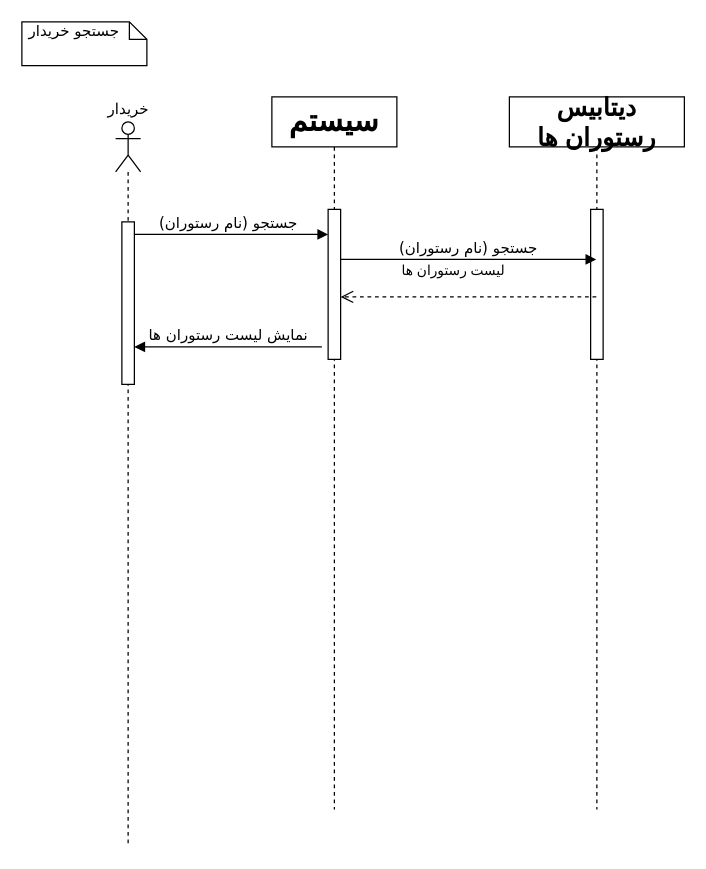
This is search.drawio from khoramian/TahDig_SoftwareEngineering, a draw.io file, before an edit. Source tidied: cells renumbered, new cells numbered last; positions are measured from the earlier drawing's top-left corner, leaving out a move shared by most shapes. Both pictures are drawn from the tidied source at 125%, with x=0, y=0 at pixel (21, 21).
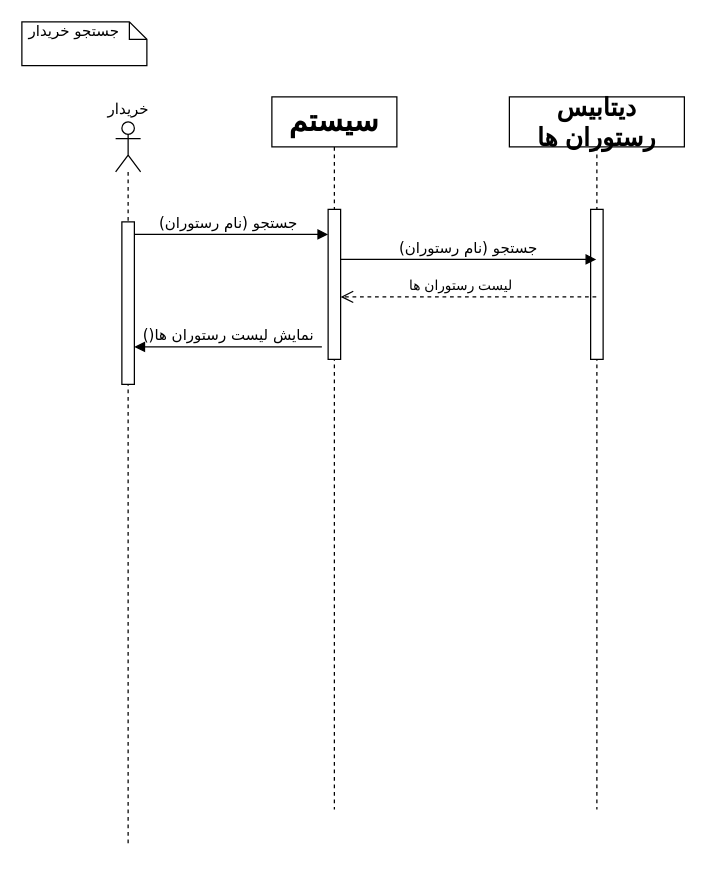
The same diagram, later.

Unchanged cells that the change refers to:
```xml
<mxCell id="9" value="&lt;font style=&quot;font-size: 20px&quot;&gt;&lt;b&gt;&lt;font style=&quot;font-size: 20px&quot;&gt;دیتابیس رستوران ها&lt;/font&gt;&lt;/b&gt;&lt;/font&gt;" style="shape=umlLifeline;perimeter=lifelinePerimeter;whiteSpace=wrap;html=1;outlineConnect=0;" parent="1" vertex="1">
  <mxGeometry x="390" y="60" width="140" height="570" as="geometry" />
</mxCell>
```

The edit, as a diff of the source:
```diff
@@
     <mxCell id="12" value="لیست رستوران ها" style="html=1;verticalAlign=bottom;endArrow=open;dashed=1;endSize=8;" parent="1" edge="1" source="9">
-      <mxGeometry x="0.13" y="-12" relative="1" as="geometry">
+      <mxGeometry x="0.07" relative="1" as="geometry">
         <mxPoint x="255" y="220" as="targetPoint" />
         <Array as="points">
           <mxPoint x="355.5" y="220" />
         </Array>
-        <mxPoint x="1" as="offset" />
       </mxGeometry>
     </mxCell>
-    <mxCell id="13" value="نمایش لیست رستوران ها" style="html=1;verticalAlign=bottom;endArrow=block;labelBackgroundColor=none;fontFamily=Verdana;fontSize=12;edgeStyle=elbowEdgeStyle;elbow=vertical;" parent="1" edge="1">
+    <mxCell id="13" value="()نمایش لیست رستوران ها" style="html=1;verticalAlign=bottom;endArrow=block;labelBackgroundColor=none;fontFamily=Verdana;fontSize=12;edgeStyle=elbowEdgeStyle;elbow=vertical;" parent="1" edge="1">
       <mxGeometry relative="1" as="geometry">
         <mxPoint x="240" y="260" as="sourcePoint" />
         <mxPoint x="90" y="260" as="targetPoint" />
         <Array as="points">
           <mxPoint x="225.5" y="260" />
         </Array>
       </mxGeometry>
     </mxCell>
```
